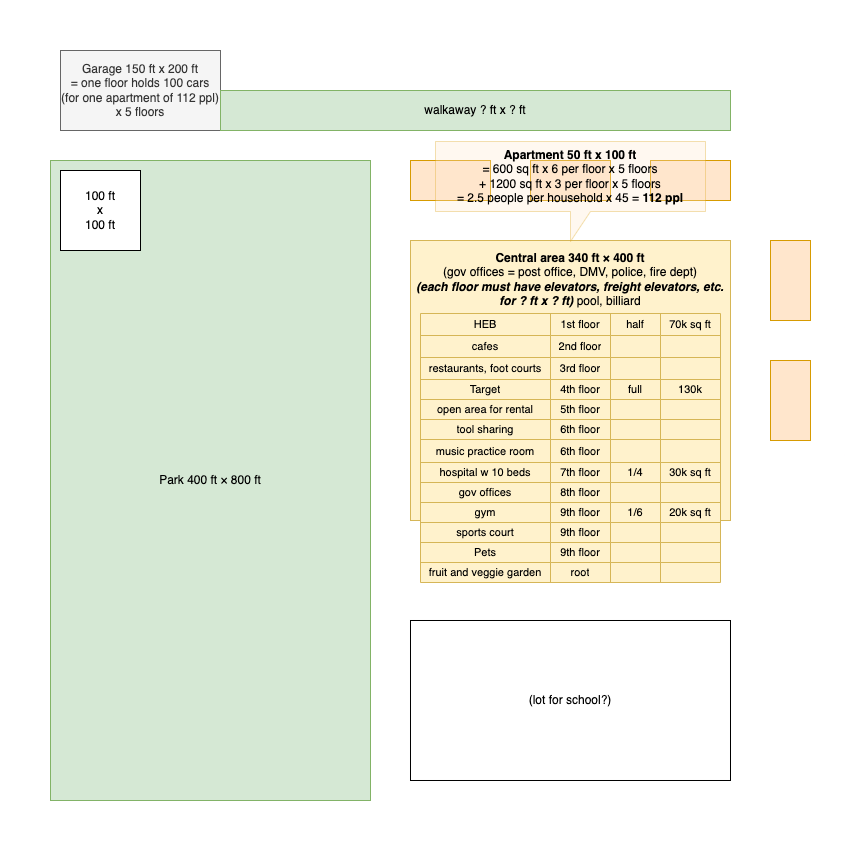
Earlier version of the draw.io export src/assets/inner_city.png (harumhl/New-Austin-project). Source tidied: cells renumbered, new cells last; positions are measured from the earlier drawing's top-left corner, leaving out a move shared by most shapes.
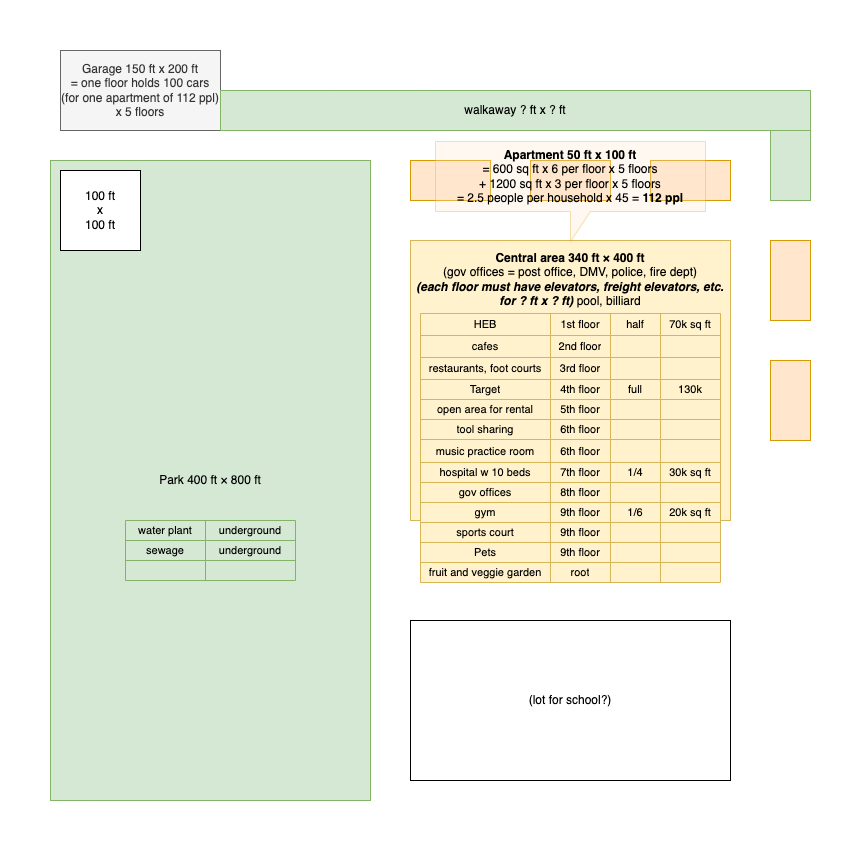
The same file after the commit.

Change to the diagram source:
```diff
@@ -225,7 +225,7 @@
       <mxGeometry x="385" y="91" width="270" height="100" as="geometry" />
     </mxCell>
     <mxCell id="76" value="walkaway ? ft x ? ft" style="rounded=0;whiteSpace=wrap;html=1;fillColor=#d5e8d4;strokeColor=#82b366;" parent="1" vertex="1">
-      <mxGeometry x="170" y="40" width="510" height="40" as="geometry" />
+      <mxGeometry x="170" y="40" width="590" height="40" as="geometry" />
     </mxCell>
     <mxCell id="77" style="rounded=0;whiteSpace=wrap;html=1;fillColor=#ffe6cc;strokeColor=#d79b00;" parent="1" vertex="1">
       <mxGeometry x="720" y="190" width="40" height="80" as="geometry" />
@@ -236,5 +236,38 @@
     <mxCell id="79" value="(lot for school?)" style="rounded=0;whiteSpace=wrap;html=1;" parent="1" vertex="1">
       <mxGeometry x="360" y="570" width="320" height="160" as="geometry" />
     </mxCell>
+    <mxCell id="80" style="shape=table;startSize=0;fontSize=11;fillColor=#d5e8d4;strokeColor=#82b366;" parent="1" vertex="1">
+      <mxGeometry x="75" y="470" width="170" height="60" as="geometry" />
+    </mxCell>
+    <mxCell id="81" style="shape=tableRow;horizontal=0;startSize=0;swimlaneHead=0;swimlaneBody=0;strokeColor=inherit;top=0;left=0;bottom=0;right=0;fillColor=none;fontSize=16;" parent="80" vertex="1">
+      <mxGeometry width="170" height="20" as="geometry" />
+    </mxCell>
+    <mxCell id="82" value="water plant" style="shape=partialRectangle;html=1;whiteSpace=wrap;strokeColor=inherit;overflow=hidden;fillColor=none;top=0;left=0;bottom=0;right=0;fontSize=11;" parent="81" vertex="1">
+      <mxGeometry width="80" height="20" as="geometry" />
+    </mxCell>
+    <mxCell id="83" value="underground" style="shape=partialRectangle;html=1;whiteSpace=wrap;strokeColor=inherit;overflow=hidden;fillColor=none;top=0;left=0;bottom=0;right=0;fontSize=11;" parent="81" vertex="1">
+      <mxGeometry x="80" width="90" height="20" as="geometry" />
+    </mxCell>
+    <mxCell id="84" style="shape=tableRow;horizontal=0;startSize=0;swimlaneHead=0;swimlaneBody=0;strokeColor=inherit;top=0;left=0;bottom=0;right=0;fillColor=none;fontSize=16;" parent="80" vertex="1">
+      <mxGeometry y="20" width="170" height="20" as="geometry" />
+    </mxCell>
+    <mxCell id="85" value="sewage" style="shape=partialRectangle;html=1;whiteSpace=wrap;strokeColor=inherit;overflow=hidden;fillColor=none;top=0;left=0;bottom=0;right=0;fontSize=11;" parent="84" vertex="1">
+      <mxGeometry width="80" height="20" as="geometry" />
+    </mxCell>
+    <mxCell id="86" value="underground" style="shape=partialRectangle;html=1;whiteSpace=wrap;strokeColor=inherit;overflow=hidden;fillColor=none;top=0;left=0;bottom=0;right=0;fontSize=11;" parent="84" vertex="1">
+      <mxGeometry x="80" width="90" height="20" as="geometry" />
+    </mxCell>
+    <mxCell id="87" style="shape=tableRow;horizontal=0;startSize=0;swimlaneHead=0;swimlaneBody=0;strokeColor=inherit;top=0;left=0;bottom=0;right=0;fillColor=none;fontSize=16;" parent="80" vertex="1">
+      <mxGeometry y="40" width="170" height="20" as="geometry" />
+    </mxCell>
+    <mxCell id="88" style="shape=partialRectangle;html=1;whiteSpace=wrap;strokeColor=inherit;overflow=hidden;fillColor=none;top=0;left=0;bottom=0;right=0;fontSize=11;" parent="87" vertex="1">
+      <mxGeometry width="80" height="20" as="geometry" />
+    </mxCell>
+    <mxCell id="89" style="shape=partialRectangle;html=1;whiteSpace=wrap;strokeColor=inherit;overflow=hidden;fillColor=none;top=0;left=0;bottom=0;right=0;fontSize=11;" parent="87" vertex="1">
+      <mxGeometry x="80" width="90" height="20" as="geometry" />
+    </mxCell>
+    <mxCell id="90" style="rounded=0;whiteSpace=wrap;html=1;fillColor=#d5e8d4;strokeColor=#82b366;" parent="1" vertex="1">
+      <mxGeometry x="720" y="80" width="40" height="70" as="geometry" />
+    </mxCell>
   </root>
 </mxGraphModel>
```
